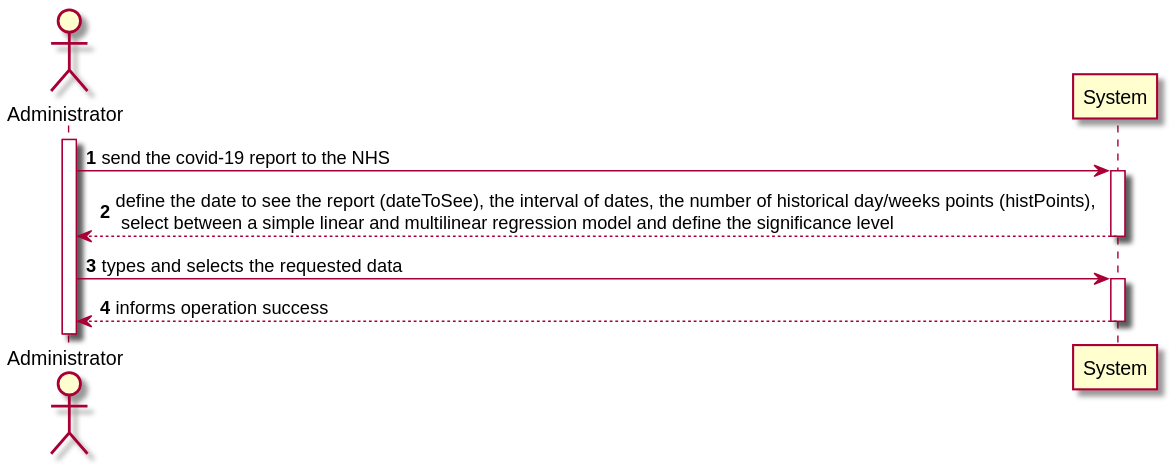
Above: docs/SprintD/US18/US18-SSD.svg in 0franciscor/lei-21-s2-1de-g19 (PlantUML), before the change.
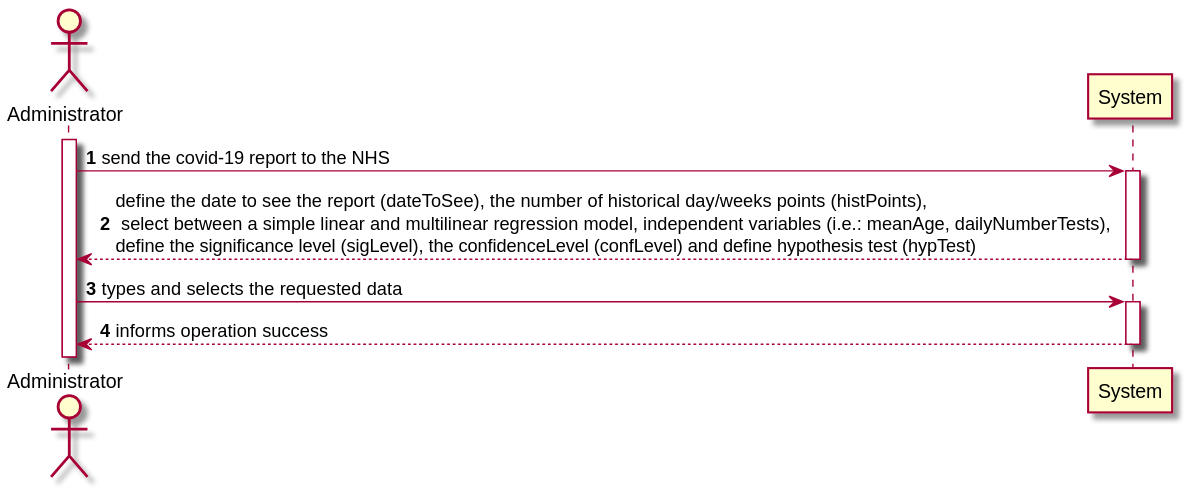
The same diagram one commit later.

Commit message:
[US18] - Alterações no SSD

Diff of the diagram source:
```diff
@@ -5,7 +5,7 @@
 actor "Administrator" as A
 activate A
 A -> System ++: send the covid-19 report to the NHS
-System -->  A --: define the date to see the report (dateToSee), the interval of dates, the number of historical day/weeks points (histPoints), \n select between a simple linear and multilinear regression model and define the significance level
+System -->  A --: define the date to see the report (dateToSee), the number of historical day/weeks points (histPoints),\n select between a simple linear and multilinear regression model, independent variables (i.e.: meanAge, dailyNumberTests), \ndefine the significance level (sigLevel), the confidenceLevel (confLevel) and define hypothesis test (hypTest)
 A -> System ++: types and selects the requested data
 System -->  A --: informs operation success
 
```
